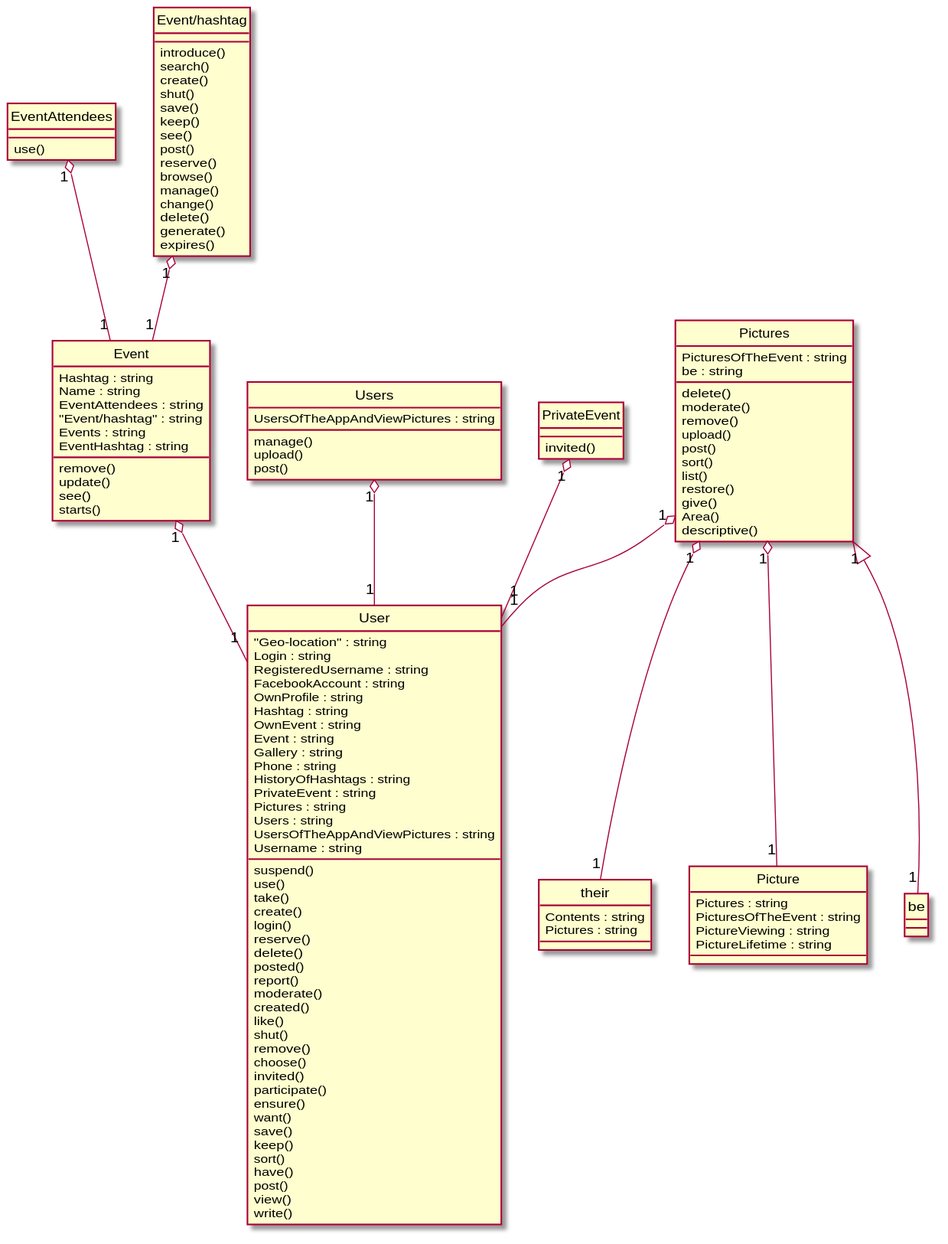
xixixhalu/DomainModelExtractor keeps this PlantUML diagram as Diagrams/2015-USC-Project02.svg. Above is the earlier version. Source of this version:
```plantuml
@startuml
hide circle
class User {
	"Geo-location" : string
	Login : string
	RegisteredUsername : string
	FacebookAccount : string
	OwnProfile : string
	Hashtag : string
	OwnEvent : string
	Event : string
	Gallery : string
	Phone : string
	HistoryOfHashtags : string
	PrivateEvent : string
	Pictures : string
	Users : string
	UsersOfTheAppAndViewPictures : string
	Username : string
	suspend()
	use()
	take()
	create()
	login()
	reserve()
	delete()
	posted()
	report()
	moderate()
	created()
	like()
	shut()
	remove()
	choose()
	invited()
	participate()
	ensure()
	want()
	save()
	keep()
	sort()
	have()
	post()
	view()
	write()
}
class Event {
	Hashtag : string
	Name : string
	EventAttendees : string
	"Event/hashtag" : string
	Events : string
	EventHashtag : string
	remove()
	update()
	see()
	starts()
}
class their {
	Contents : string
	Pictures : string
}
class Picture {
	Pictures : string
	PicturesOfTheEvent : string
	PictureViewing : string
	PictureLifetime : string
}
class Users {
	UsersOfTheAppAndViewPictures : string
	manage()
	upload()
	post()
}
class Pictures {
	PicturesOfTheEvent : string
	be : string
	delete()
	moderate()
	remove()
	upload()
	post()
	sort()
	list()
	restore()
	give()
	Area()
	descriptive()
}
class EventAttendees {
	use()
}
class PrivateEvent {
	invited()
}
class Event/hashtag {
	introduce()
	search()
	create()
	shut()
	save()
	keep()
	see()
	post()
	reserve()
	browse()
	manage()
	change()
	delete()
	generate()
	expires()
}
EventAttendees "1" o-- "1" Event
Pictures "1" <|-- "1" be
PrivateEvent "1" o-- "1" User
"Event/hashtag" "1" o-- "1" Event
Pictures "1" o-- "1" their
Pictures "1" o-- "1" Picture
Pictures "1" o-- "1" User
Users "1" o-- "1" User
Event "1" o-- "1" User
@enduml
```
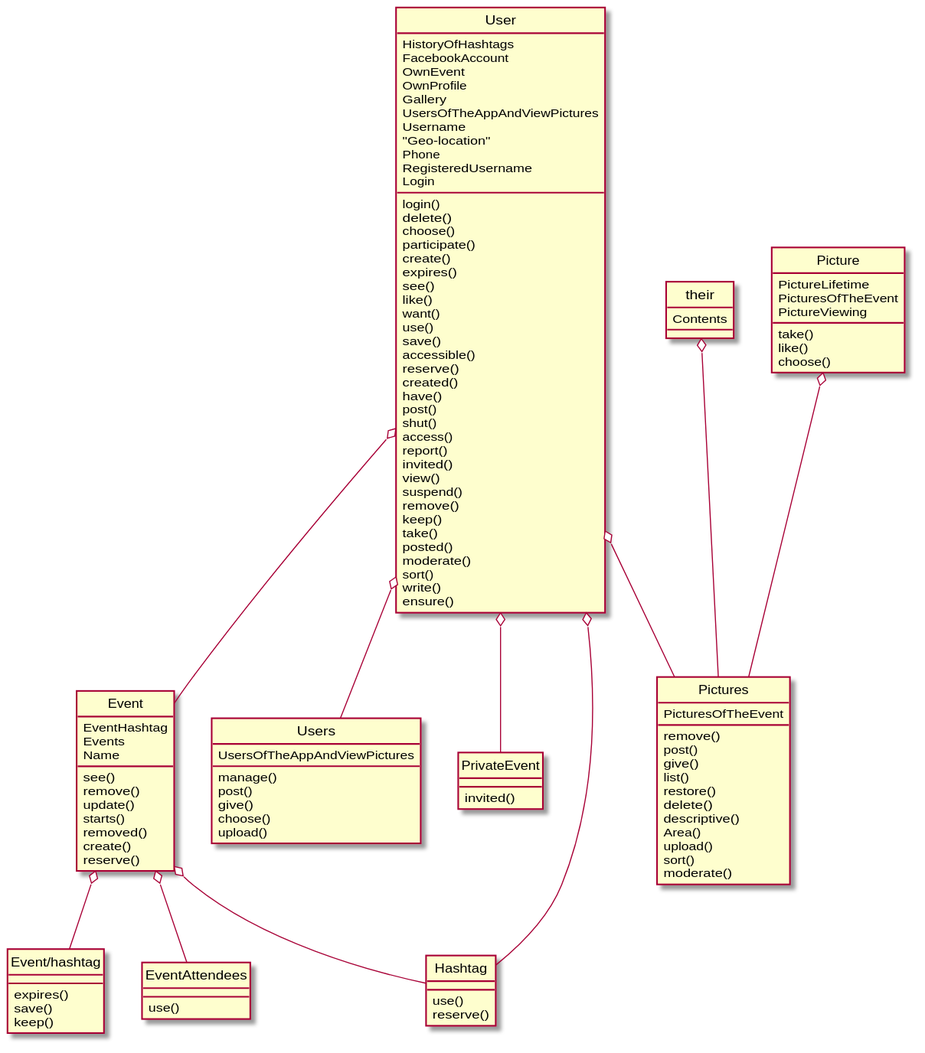
Later version of the same file.

Diff of the diagram source:
```diff
@@ -1,122 +1,116 @@
 @startuml
 hide circle
 class User {
-	"Geo-location" : string
-	Login : string
-	RegisteredUsername : string
-	FacebookAccount : string
-	OwnProfile : string
-	Hashtag : string
-	OwnEvent : string
-	Event : string
-	Gallery : string
-	Phone : string
-	HistoryOfHashtags : string
-	PrivateEvent : string
-	Pictures : string
-	Users : string
-	UsersOfTheAppAndViewPictures : string
-	Username : string
-	suspend()
+	HistoryOfHashtags
+	FacebookAccount
+	OwnEvent
+	OwnProfile
+	Gallery
+	UsersOfTheAppAndViewPictures
+	Username
+	"Geo-location"
+	Phone
+	RegisteredUsername
+	Login
+	login()
+	delete()
+	choose()
+	participate()
+	create()
+	expires()
+	see()
+	like()
+	want()
 	use()
-	take()
-	create()
-	login()
+	save()
+	accessible()
 	reserve()
-	delete()
-	posted()
-	report()
-	moderate()
 	created()
-	like()
-	shut()
-	remove()
-	choose()
-	invited()
-	participate()
-	ensure()
-	want()
-	save()
-	keep()
-	sort()
 	have()
 	post()
+	shut()
+	access()
+	report()
+	invited()
 	view()
+	suspend()
+	remove()
+	keep()
+	take()
+	posted()
+	moderate()
+	sort()
 	write()
+	ensure()
 }
 class Event {
-	Hashtag : string
-	Name : string
-	EventAttendees : string
-	"Event/hashtag" : string
-	Events : string
-	EventHashtag : string
+	EventHashtag
+	Events
+	Name
+	see()
 	remove()
 	update()
-	see()
 	starts()
+	removed()
+	create()
+	reserve()
 }
 class their {
-	Contents : string
-	Pictures : string
+	Contents
+}
+class Users {
+	UsersOfTheAppAndViewPictures
+	manage()
+	post()
+	give()
+	choose()
+	upload()
+}
+class Pictures {
+	PicturesOfTheEvent
+	remove()
+	post()
+	give()
+	list()
+	restore()
+	delete()
+	descriptive()
+	Area()
+	upload()
+	sort()
+	moderate()
 }
 class Picture {
-	Pictures : string
-	PicturesOfTheEvent : string
-	PictureViewing : string
-	PictureLifetime : string
-}
-class Users {
-	UsersOfTheAppAndViewPictures : string
-	manage()
-	upload()
-	post()
-}
-class Pictures {
-	PicturesOfTheEvent : string
-	be : string
-	delete()
-	moderate()
-	remove()
-	upload()
-	post()
-	sort()
-	list()
-	restore()
-	give()
-	Area()
-	descriptive()
-}
-class EventAttendees {
-	use()
+	PictureLifetime
+	PicturesOfTheEvent
+	PictureViewing
+	take()
+	like()
+	choose()
 }
 class PrivateEvent {
 	invited()
 }
 class Event/hashtag {
-	introduce()
-	search()
-	create()
-	shut()
+	expires()
 	save()
 	keep()
-	see()
-	post()
+}
+class EventAttendees {
+	use()
+}
+class Hashtag {
+	use()
 	reserve()
-	browse()
-	manage()
-	change()
-	delete()
-	generate()
-	expires()
 }
-EventAttendees "1" o-- "1" Event
-Pictures "1" <|-- "1" be
-PrivateEvent "1" o-- "1" User
-"Event/hashtag" "1" o-- "1" Event
-Pictures "1" o-- "1" their
-Pictures "1" o-- "1" Picture
-Pictures "1" o-- "1" User
-Users "1" o-- "1" User
-Event "1" o-- "1" User
+Event o-- Hashtag
+User o-- Event
+User o-- PrivateEvent
+Event o-- EventAttendees
+User o-- Users
+User o-- Pictures
+Picture o-- Pictures
+Event o-- "Event/hashtag"
+their o-- Pictures
+User o-- Hashtag
 @enduml
```
